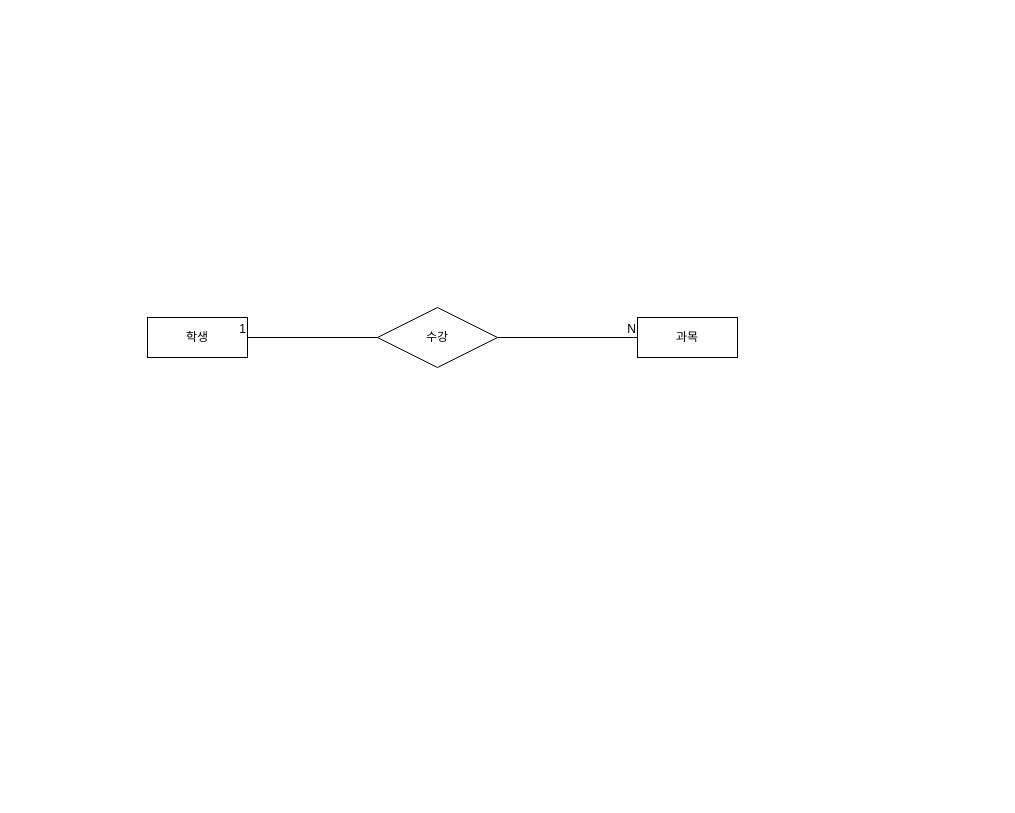
Before: 제목 없는 다이어그램.drawio in pshqtg/leetcode, a draw.io diagram. Source tidied: cells renumbered, new cells numbered last; positions are measured from the earlier drawing's top-left corner, leaving out a move shared by most shapes. Both pictures are drawn from the tidied source at 100%, with x=0, y=0 at pixel (147, 307).
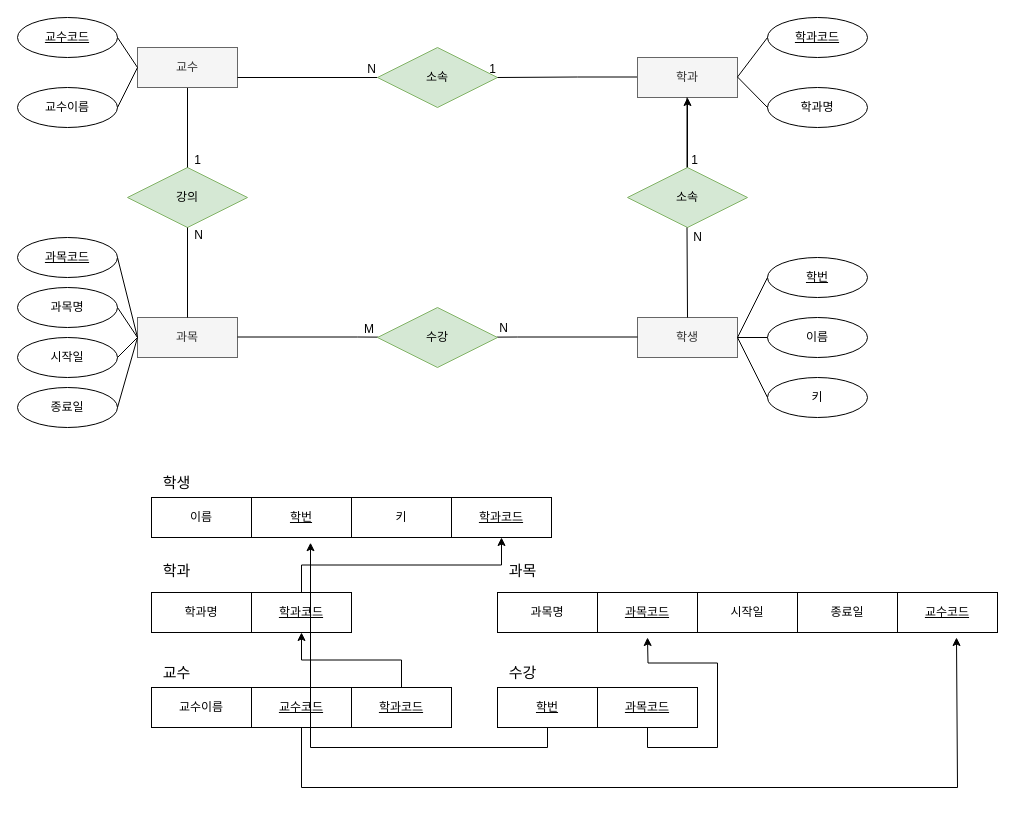
The same diagram, later.

Commit message:
제목 없는 다이어그램.drawio 업데이트

The edit, as a diff of the source:
```diff
@@
-    <mxCell id="2" value="학생" style="whiteSpace=wrap;html=1;align=center;" parent="1" vertex="1">
-      <mxGeometry y="10" width="100" height="40" as="geometry" />
+    <mxCell id="2" value="과목" style="whiteSpace=wrap;html=1;align=center;fillColor=#f5f5f5;fontColor=#333333;strokeColor=#666666;" parent="1" vertex="1">
+      <mxGeometry x="-10" y="10" width="100" height="40" as="geometry" />
     </mxCell>
+    <mxCell id="4" value="학생" style="whiteSpace=wrap;html=1;align=center;fillColor=#f5f5f5;fontColor=#333333;strokeColor=#666666;" parent="1" vertex="1">
+      <mxGeometry x="490" y="10" width="100" height="40" as="geometry" />
+    </mxCell>
+    <mxCell id="9" style="endArrow=none;html=1;rounded=0;" parent="1" edge="1" source="3">
+      <mxGeometry relative="1" as="geometry">
+        <mxPoint x="370" y="29.5" as="targetPoint" />
+      </mxGeometry>
+    </mxCell>
+    <mxCell id="10" value="N" style="html=1;whiteSpace=wrap;align=right;verticalAlign=bottom;" parent="9" vertex="1">
+      <mxGeometry x="1" relative="1" as="geometry">
+        <mxPoint x="-8" as="offset" />
+      </mxGeometry>
+    </mxCell>
+    <mxCell id="11" style="endArrow=none;html=1;rounded=0;" parent="1" edge="1" target="3">
+      <mxGeometry relative="1" as="geometry">
+        <mxPoint x="210" y="29.5" as="sourcePoint" />
+      </mxGeometry>
+    </mxCell>
+    <mxCell id="12" value="M" style="html=1;whiteSpace=wrap;align=left;verticalAlign=bottom;" parent="11" vertex="1">
+      <mxGeometry x="-1" relative="1" as="geometry">
+        <mxPoint x="5" as="offset" />
+      </mxGeometry>
+    </mxCell>
-    <mxCell id="3" value="수강" style="shape=rhombus;perimeter=rhombusPerimeter;whiteSpace=wrap;html=1;align=center;" parent="1" vertex="1">
+    <mxCell id="3" value="수강" style="shape=rhombus;perimeter=rhombusPerimeter;whiteSpace=wrap;html=1;align=center;fillColor=#d5e8d4;strokeColor=#82b366;" parent="1" vertex="1">
       <mxGeometry x="230" width="120" height="60" as="geometry" />
     </mxCell>
-    <mxCell id="4" value="과목" style="whiteSpace=wrap;html=1;align=center;" parent="1" vertex="1">
-      <mxGeometry x="490" y="10" width="100" height="40" as="geometry" />
-    </mxCell>
-    <mxCell id="5" style="endArrow=none;html=1;rounded=0;entryX=1;entryY=0.5;entryDx=0;entryDy=0;entryPerimeter=0;" parent="1" edge="1" target="2">
-      <mxGeometry relative="1" as="geometry">
-        <mxPoint x="230" y="30" as="sourcePoint" />
-      </mxGeometry>
-    </mxCell>
-    <mxCell id="6" value="1" style="html=1;whiteSpace=wrap;align=right;verticalAlign=bottom;" parent="5" vertex="1">
-      <mxGeometry x="1" relative="1" as="geometry" />
-    </mxCell>
-    <mxCell id="7" style="endArrow=none;html=1;rounded=0;" parent="1" edge="1">
-      <mxGeometry relative="1" as="geometry">
-        <mxPoint x="350" y="30" as="sourcePoint" />
-        <mxPoint x="490" y="30" as="targetPoint" />
-      </mxGeometry>
-    </mxCell>
-    <mxCell id="8" value="N" style="html=1;whiteSpace=wrap;align=right;verticalAlign=bottom;" parent="7" vertex="1">
-      <mxGeometry x="1" relative="1" as="geometry" />
-    </mxCell>
+    <mxCell id="13" style="endArrow=none;html=1;rounded=0;" parent="1" edge="1">
+      <mxGeometry relative="1" as="geometry">
+        <mxPoint x="370" y="29.5" as="sourcePoint" />
+        <mxPoint x="490" y="29.5" as="targetPoint" />
+      </mxGeometry>
+    </mxCell>
+    <mxCell id="14" style="endArrow=none;html=1;rounded=0;" parent="1" edge="1">
+      <mxGeometry relative="1" as="geometry">
+        <mxPoint x="90" y="29.5" as="sourcePoint" />
+        <mxPoint x="210" y="29.5" as="targetPoint" />
+      </mxGeometry>
+    </mxCell>
+    <mxCell id="15" value="강의" style="shape=rhombus;perimeter=rhombusPerimeter;whiteSpace=wrap;html=1;align=center;fillColor=#d5e8d4;strokeColor=#82b366;" parent="1" vertex="1">
+      <mxGeometry x="-20" y="-140" width="120" height="60" as="geometry" />
+    </mxCell>
+    <mxCell id="16" style="endArrow=none;html=1;rounded=0;exitX=0.5;exitY=0;exitDx=0;exitDy=0;entryX=0.5;entryY=1;entryDx=0;entryDy=0;" parent="1" edge="1" source="2" target="15">
+      <mxGeometry relative="1" as="geometry" />
+    </mxCell>
+    <mxCell id="17" value="N" style="html=1;whiteSpace=wrap;align=right;verticalAlign=bottom;" parent="16" vertex="1">
+      <mxGeometry x="1" relative="1" as="geometry">
+        <mxPoint x="17" y="16" as="offset" />
+      </mxGeometry>
+    </mxCell>
+    <mxCell id="18" style="endArrow=none;html=1;rounded=0;entryX=0.5;entryY=0;entryDx=0;entryDy=0;" parent="1" edge="1" target="15">
+      <mxGeometry relative="1" as="geometry">
+        <mxPoint x="40" y="-220" as="sourcePoint" />
+      </mxGeometry>
+    </mxCell>
+    <mxCell id="19" value="1" style="html=1;whiteSpace=wrap;align=right;verticalAlign=bottom;" parent="18" vertex="1">
+      <mxGeometry x="1" relative="1" as="geometry">
+        <mxPoint x="15" y="1" as="offset" />
+      </mxGeometry>
+    </mxCell>
+    <mxCell id="20" value="교수" style="whiteSpace=wrap;html=1;align=center;fillColor=#f5f5f5;fontColor=#333333;strokeColor=#666666;" parent="1" vertex="1">
+      <mxGeometry x="-10" y="-260" width="100" height="40" as="geometry" />
+    </mxCell>
+    <mxCell id="21" style="endArrow=none;html=1;rounded=0;" parent="1" edge="1" target="23">
+      <mxGeometry relative="1" as="geometry">
+        <mxPoint x="90" y="-230" as="sourcePoint" />
+      </mxGeometry>
+    </mxCell>
+    <mxCell id="22" value="N" style="html=1;whiteSpace=wrap;align=right;verticalAlign=bottom;" parent="21" vertex="1">
+      <mxGeometry x="1" relative="1" as="geometry" />
+    </mxCell>
+    <mxCell id="23" value="소속" style="shape=rhombus;perimeter=rhombusPerimeter;whiteSpace=wrap;html=1;align=center;fillColor=#d5e8d4;strokeColor=#82b366;" parent="1" vertex="1">
+      <mxGeometry x="230" y="-260" width="120" height="60" as="geometry" />
+    </mxCell>
+    <mxCell id="24" style="endArrow=none;html=1;rounded=0;entryX=1;entryY=0.5;entryDx=0;entryDy=0;" parent="1" edge="1" target="23">
+      <mxGeometry relative="1" as="geometry">
+        <mxPoint x="490" y="-230.5" as="sourcePoint" />
+        <Array as="points">
+          <mxPoint x="430" y="-230.5" />
+        </Array>
+      </mxGeometry>
+    </mxCell>
+    <mxCell id="25" value="1" style="html=1;whiteSpace=wrap;align=right;verticalAlign=bottom;" parent="24" vertex="1">
+      <mxGeometry x="1" relative="1" as="geometry" />
+    </mxCell>
+    <mxCell id="26" value="학과" style="whiteSpace=wrap;html=1;align=center;fillColor=#f5f5f5;fontColor=#333333;strokeColor=#666666;" parent="1" vertex="1">
+      <mxGeometry x="490" y="-250" width="100" height="40" as="geometry" />
+    </mxCell>
+    <mxCell id="27" style="edgeStyle=orthogonalEdgeStyle;rounded=0;jettySize=auto;html=1;" parent="1" edge="1" source="28" target="26">
+      <mxGeometry relative="1" as="geometry" />
+    </mxCell>
+    <mxCell id="28" value="소속" style="shape=rhombus;perimeter=rhombusPerimeter;whiteSpace=wrap;html=1;align=center;fillColor=#d5e8d4;strokeColor=#82b366;" parent="1" vertex="1">
+      <mxGeometry x="480" y="-140" width="120" height="60" as="geometry" />
+    </mxCell>
+    <mxCell id="29" style="endArrow=none;html=1;rounded=0;" parent="1" edge="1">
+      <mxGeometry relative="1" as="geometry">
+        <mxPoint x="540" y="10" as="sourcePoint" />
+        <mxPoint x="539.5" y="-80" as="targetPoint" />
+      </mxGeometry>
+    </mxCell>
+    <mxCell id="30" value="N" style="html=1;whiteSpace=wrap;align=right;verticalAlign=bottom;" parent="29" vertex="1">
+      <mxGeometry x="1" relative="1" as="geometry">
+        <mxPoint x="16" y="18" as="offset" />
+      </mxGeometry>
+    </mxCell>
+    <mxCell id="31" style="endArrow=none;html=1;rounded=0;" parent="1" edge="1">
+      <mxGeometry relative="1" as="geometry">
+        <mxPoint x="539.5" y="-210" as="sourcePoint" />
+        <mxPoint x="539.5" y="-140" as="targetPoint" />
+      </mxGeometry>
+    </mxCell>
+    <mxCell id="32" value="1" style="html=1;whiteSpace=wrap;align=right;verticalAlign=bottom;" parent="31" vertex="1">
+      <mxGeometry x="1" relative="1" as="geometry">
+        <mxPoint x="12" y="1" as="offset" />
+      </mxGeometry>
+    </mxCell>
+    <mxCell id="33" value="교수코드" style="ellipse;whiteSpace=wrap;html=1;align=center;fontStyle=4;" parent="1" vertex="1">
+      <mxGeometry x="-130" y="-290" width="100" height="40" as="geometry" />
+    </mxCell>
+    <mxCell id="34" value="교수이름" style="ellipse;whiteSpace=wrap;html=1;align=center;" parent="1" vertex="1">
+      <mxGeometry x="-130" y="-220" width="100" height="40" as="geometry" />
+    </mxCell>
+    <mxCell id="35" style="endArrow=none;html=1;rounded=0;entryX=0;entryY=0.5;entryDx=0;entryDy=0;" parent="1" edge="1" target="20">
+      <mxGeometry relative="1" as="geometry">
+        <mxPoint x="-30" y="-200" as="sourcePoint" />
+      </mxGeometry>
+    </mxCell>
+    <mxCell id="36" style="endArrow=none;html=1;rounded=0;entryX=0;entryY=0.5;entryDx=0;entryDy=0;exitX=1;exitY=0.5;exitDx=0;exitDy=0;" parent="1" edge="1" source="33" target="20">
+      <mxGeometry relative="1" as="geometry" />
+    </mxCell>
+    <mxCell id="37" value="과목코드" style="ellipse;whiteSpace=wrap;html=1;align=center;fontStyle=4;" parent="1" vertex="1">
+      <mxGeometry x="-130" y="-70" width="100" height="40" as="geometry" />
+    </mxCell>
+    <mxCell id="38" value="과목명" style="ellipse;whiteSpace=wrap;html=1;align=center;" parent="1" vertex="1">
+      <mxGeometry x="-130" y="-20" width="100" height="40" as="geometry" />
+    </mxCell>
+    <mxCell id="39" value="종료일" style="ellipse;whiteSpace=wrap;html=1;align=center;" parent="1" vertex="1">
+      <mxGeometry x="-130" y="80" width="100" height="40" as="geometry" />
+    </mxCell>
+    <mxCell id="40" value="시작일" style="ellipse;whiteSpace=wrap;html=1;align=center;" parent="1" vertex="1">
+      <mxGeometry x="-130" y="30" width="100" height="40" as="geometry" />
+    </mxCell>
+    <mxCell id="41" style="endArrow=none;html=1;rounded=0;exitX=1;exitY=0.5;exitDx=0;exitDy=0;" parent="1" edge="1" source="37">
+      <mxGeometry relative="1" as="geometry">
+        <mxPoint x="-10" y="30" as="targetPoint" />
+      </mxGeometry>
+    </mxCell>
+    <mxCell id="42" style="endArrow=none;html=1;rounded=0;entryX=0;entryY=0.5;entryDx=0;entryDy=0;exitX=1;exitY=0.5;exitDx=0;exitDy=0;" parent="1" edge="1" source="38" target="2">
+      <mxGeometry relative="1" as="geometry" />
+    </mxCell>
+    <mxCell id="43" style="endArrow=none;html=1;rounded=0;exitX=1;exitY=0.5;exitDx=0;exitDy=0;" parent="1" edge="1" source="40">
+      <mxGeometry relative="1" as="geometry">
+        <mxPoint x="-10" y="30" as="targetPoint" />
+      </mxGeometry>
+    </mxCell>
+    <mxCell id="44" style="endArrow=none;html=1;rounded=0;entryX=0;entryY=0.5;entryDx=0;entryDy=0;exitX=1;exitY=0.5;exitDx=0;exitDy=0;" parent="1" edge="1" source="39" target="2">
+      <mxGeometry relative="1" as="geometry" />
+    </mxCell>
+    <mxCell id="45" value="학과명" style="ellipse;whiteSpace=wrap;html=1;align=center;" parent="1" vertex="1">
+      <mxGeometry x="620" y="-220" width="100" height="40" as="geometry" />
+    </mxCell>
+    <mxCell id="46" value="학번" style="ellipse;whiteSpace=wrap;html=1;align=center;fontStyle=4;" parent="1" vertex="1">
+      <mxGeometry x="620" y="-50" width="100" height="40" as="geometry" />
+    </mxCell>
+    <mxCell id="47" value="학과코드" style="ellipse;whiteSpace=wrap;html=1;align=center;fontStyle=4;" parent="1" vertex="1">
+      <mxGeometry x="620" y="-290" width="100" height="40" as="geometry" />
+    </mxCell>
+    <mxCell id="48" style="endArrow=none;html=1;rounded=0;entryX=0;entryY=0.5;entryDx=0;entryDy=0;" parent="1" edge="1" target="47">
+      <mxGeometry relative="1" as="geometry">
+        <mxPoint x="590" y="-230.5" as="sourcePoint" />
+      </mxGeometry>
+    </mxCell>
+    <mxCell id="49" style="endArrow=none;html=1;rounded=0;entryX=0;entryY=0.5;entryDx=0;entryDy=0;" parent="1" edge="1" target="45">
+      <mxGeometry relative="1" as="geometry">
+        <mxPoint x="590" y="-230.5" as="sourcePoint" />
+      </mxGeometry>
+    </mxCell>
+    <mxCell id="50" value="이름" style="ellipse;whiteSpace=wrap;html=1;align=center;" parent="1" vertex="1">
+      <mxGeometry x="620" y="10" width="100" height="40" as="geometry" />
+    </mxCell>
+    <mxCell id="51" value="키" style="ellipse;whiteSpace=wrap;html=1;align=center;" parent="1" vertex="1">
+      <mxGeometry x="620" y="70" width="100" height="40" as="geometry" />
+    </mxCell>
+    <mxCell id="52" style="endArrow=none;html=1;rounded=0;entryX=0;entryY=0.5;entryDx=0;entryDy=0;" parent="1" edge="1" target="46">
+      <mxGeometry relative="1" as="geometry">
+        <mxPoint x="590" y="30" as="sourcePoint" />
+      </mxGeometry>
+    </mxCell>
+    <mxCell id="53" style="endArrow=none;html=1;rounded=0;" parent="1" edge="1">
+      <mxGeometry relative="1" as="geometry">
+        <mxPoint x="590" y="30" as="sourcePoint" />
+        <mxPoint x="620" y="30" as="targetPoint" />
+      </mxGeometry>
+    </mxCell>
+    <mxCell id="54" style="endArrow=none;html=1;rounded=0;entryX=0;entryY=0.5;entryDx=0;entryDy=0;" parent="1" edge="1" target="51">
+      <mxGeometry relative="1" as="geometry">
+        <mxPoint x="590" y="30" as="sourcePoint" />
+      </mxGeometry>
+    </mxCell>
+    <mxCell id="55" value="이름" style="whiteSpace=wrap;html=1;align=center;" parent="1" vertex="1">
+      <mxGeometry x="4" y="190" width="100" height="40" as="geometry" />
+    </mxCell>
+    <mxCell id="56" value="&lt;u&gt;학번&lt;/u&gt;" style="whiteSpace=wrap;html=1;align=center;" parent="1" vertex="1">
+      <mxGeometry x="104" y="190" width="100" height="40" as="geometry" />
+    </mxCell>
+    <mxCell id="57" value="키" style="whiteSpace=wrap;html=1;align=center;" parent="1" vertex="1">
+      <mxGeometry x="204" y="190" width="100" height="40" as="geometry" />
+    </mxCell>
+    <mxCell id="58" value="&lt;font style=&quot;font-size: 15px;&quot;&gt;학생&lt;/font&gt;" style="text;html=1;align=center;verticalAlign=middle;strokeColor=none;fillColor=none;" parent="1" vertex="1">
+      <mxGeometry x="4" y="160" width="50" height="30" as="geometry" />
+    </mxCell>
+    <mxCell id="59" value="학과명" style="whiteSpace=wrap;html=1;align=center;" parent="1" vertex="1">
+      <mxGeometry x="4" y="285" width="100" height="40" as="geometry" />
+    </mxCell>
+    <mxCell id="60" style="edgeStyle=orthogonalEdgeStyle;rounded=0;jettySize=auto;html=1;exitX=0.5;exitY=0;exitDx=0;exitDy=0;entryX=0.5;entryY=1;entryDx=0;entryDy=0;" parent="1" edge="1" source="61" target="80">
+      <mxGeometry relative="1" as="geometry" />
+    </mxCell>
+    <mxCell id="61" value="&lt;u&gt;학과코드&lt;/u&gt;" style="whiteSpace=wrap;html=1;align=center;" parent="1" vertex="1">
+      <mxGeometry x="104" y="285" width="100" height="40" as="geometry" />
+    </mxCell>
+    <mxCell id="62" value="과목명" style="whiteSpace=wrap;html=1;align=center;" parent="1" vertex="1">
+      <mxGeometry x="350" y="285" width="100" height="40" as="geometry" />
+    </mxCell>
+    <mxCell id="63" value="&lt;u&gt;과목코드&lt;/u&gt;" style="whiteSpace=wrap;html=1;align=center;" parent="1" vertex="1">
+      <mxGeometry x="450" y="285" width="100" height="40" as="geometry" />
+    </mxCell>
+    <mxCell id="64" value="시작일" style="whiteSpace=wrap;html=1;align=center;" parent="1" vertex="1">
+      <mxGeometry x="550" y="285" width="100" height="40" as="geometry" />
+    </mxCell>
+    <mxCell id="65" value="종료일" style="whiteSpace=wrap;html=1;align=center;" parent="1" vertex="1">
+      <mxGeometry x="650" y="285" width="100" height="40" as="geometry" />
+    </mxCell>
+    <mxCell id="66" value="&lt;font style=&quot;font-size: 15px;&quot;&gt;학과&lt;/font&gt;" style="text;html=1;align=center;verticalAlign=middle;strokeColor=none;fillColor=none;" parent="1" vertex="1">
+      <mxGeometry x="4" y="248" width="50" height="30" as="geometry" />
+    </mxCell>
+    <mxCell id="67" value="&lt;font style=&quot;font-size: 15px;&quot;&gt;과목&lt;/font&gt;" style="text;html=1;align=center;verticalAlign=middle;strokeColor=none;fillColor=none;" parent="1" vertex="1">
+      <mxGeometry x="350" y="248" width="50" height="30" as="geometry" />
+    </mxCell>
+    <mxCell id="68" value="교수이름" style="whiteSpace=wrap;html=1;align=center;" parent="1" vertex="1">
+      <mxGeometry x="4" y="380" width="100" height="40" as="geometry" />
+    </mxCell>
+    <mxCell id="69" style="edgeStyle=orthogonalEdgeStyle;rounded=0;jettySize=auto;html=1;exitX=0.5;exitY=1;exitDx=0;exitDy=0;" parent="1" edge="1" source="70">
+      <mxGeometry relative="1" as="geometry">
+        <mxPoint x="809" y="330" as="targetPoint" />
+        <Array as="points">
+          <mxPoint x="154" y="480" />
+          <mxPoint x="810" y="480" />
+        </Array>
+      </mxGeometry>
+    </mxCell>
+    <mxCell id="70" value="&lt;u&gt;교수코드&lt;/u&gt;" style="whiteSpace=wrap;html=1;align=center;" parent="1" vertex="1">
+      <mxGeometry x="104" y="380" width="100" height="40" as="geometry" />
+    </mxCell>
+    <mxCell id="71" value="&lt;font style=&quot;font-size: 15px;&quot;&gt;교수&lt;/font&gt;" style="text;html=1;align=center;verticalAlign=middle;strokeColor=none;fillColor=none;" parent="1" vertex="1">
+      <mxGeometry x="4" y="350" width="50" height="30" as="geometry" />
+    </mxCell>
+    <mxCell id="72" style="edgeStyle=orthogonalEdgeStyle;rounded=0;jettySize=auto;html=1;exitX=0.5;exitY=1;exitDx=0;exitDy=0;entryX=0.59;entryY=1.13;entryDx=0;entryDy=0;entryPerimeter=0;" parent="1" edge="1" source="73" target="56">
+      <mxGeometry relative="1" as="geometry" />
+    </mxCell>
+    <mxCell id="73" value="&lt;u&gt;학번&lt;/u&gt;" style="whiteSpace=wrap;html=1;align=center;" parent="1" vertex="1">
+      <mxGeometry x="350" y="380" width="100" height="40" as="geometry" />
+    </mxCell>
+    <mxCell id="74" style="edgeStyle=orthogonalEdgeStyle;rounded=0;jettySize=auto;html=1;exitX=0.5;exitY=1;exitDx=0;exitDy=0;" parent="1" edge="1" source="75">
+      <mxGeometry relative="1" as="geometry">
+        <mxPoint x="500" y="330" as="targetPoint" />
+      </mxGeometry>
+    </mxCell>
+    <mxCell id="75" value="&lt;u&gt;과목코드&lt;/u&gt;" style="whiteSpace=wrap;html=1;align=center;" parent="1" vertex="1">
+      <mxGeometry x="450" y="380" width="100" height="40" as="geometry" />
+    </mxCell>
+    <mxCell id="76" value="&lt;span style=&quot;font-size: 15px;&quot;&gt;수강&lt;/span&gt;" style="text;html=1;align=center;verticalAlign=middle;strokeColor=none;fillColor=none;" parent="1" vertex="1">
+      <mxGeometry x="350" y="350" width="50" height="30" as="geometry" />
+    </mxCell>
+    <mxCell id="77" value="&lt;u&gt;교수코드&lt;/u&gt;" style="whiteSpace=wrap;html=1;align=center;" parent="1" vertex="1">
+      <mxGeometry x="750" y="285" width="100" height="40" as="geometry" />
+    </mxCell>
+    <mxCell id="78" style="edgeStyle=orthogonalEdgeStyle;rounded=0;jettySize=auto;html=1;exitX=0.5;exitY=0;exitDx=0;exitDy=0;entryX=0.5;entryY=1;entryDx=0;entryDy=0;" parent="1" edge="1" source="79" target="61">
+      <mxGeometry relative="1" as="geometry" />
+    </mxCell>
+    <mxCell id="79" value="&lt;u&gt;학과코드&lt;/u&gt;" style="whiteSpace=wrap;html=1;align=center;" parent="1" vertex="1">
+      <mxGeometry x="204" y="380" width="100" height="40" as="geometry" />
+    </mxCell>
+    <mxCell id="80" value="&lt;u&gt;학과코드&lt;/u&gt;" style="whiteSpace=wrap;html=1;align=center;" parent="1" vertex="1">
+      <mxGeometry x="304" y="190" width="100" height="40" as="geometry" />
+    </mxCell>
```
